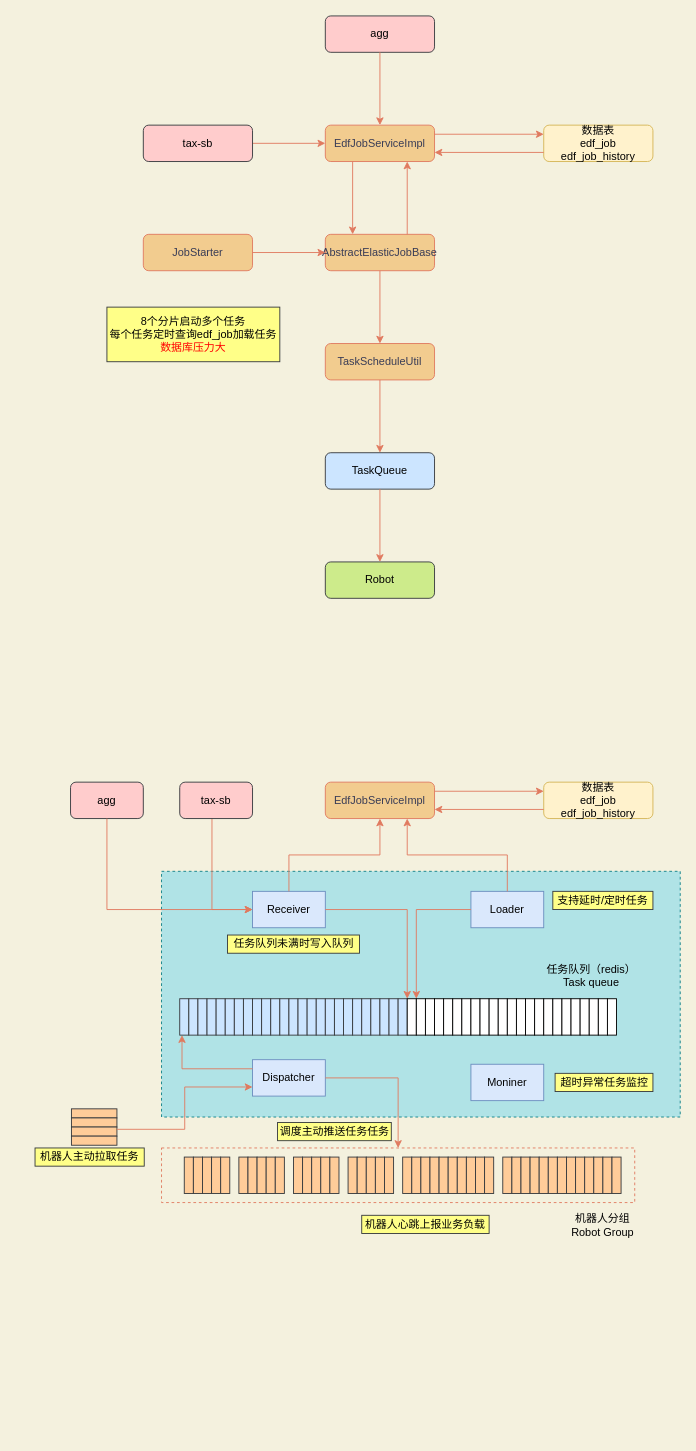
The draw.io diagram 机器人异步任务.drawio in xingzhihe/hello-world, before the edit. Source tidied: cells renumbered, new cells numbered last; positions are measured from the earlier drawing's top-left corner, leaving out a move shared by most shapes. Both pictures are drawn from the tidied source at 91%, with x=0, y=0 at pixel (35, 15).
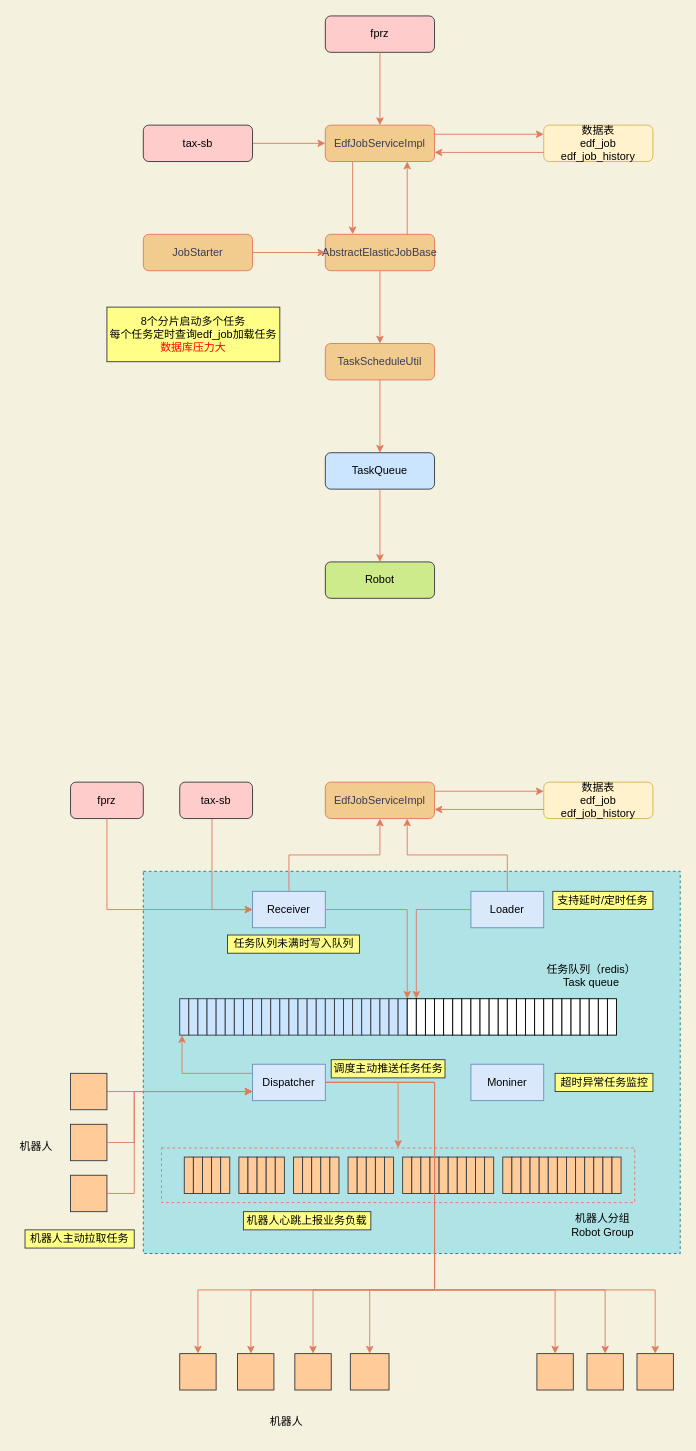
Above is the later version.

Commit message:
更新机器人异步任务.drawio

The edit, as a diff of the source:
```diff
@@
     <mxCell id="2" style="rounded=0;whiteSpace=wrap;html=1;sketch=0;dashed=1;fillColor=#b0e3e6;strokeColor=#0e8088;" parent="1" vertex="1">
-      <mxGeometry x="139" y="940" width="570" height="270" as="geometry" />
+      <mxGeometry x="119" y="940" width="590" height="420" as="geometry" />
     </mxCell>
@@
-    <mxCell id="20" value="agg" style="rounded=1;whiteSpace=wrap;html=1;fontSize=12;glass=0;strokeWidth=1;shadow=0;fillColor=#ffcccc;strokeColor=#36393d;" parent="1" vertex="1">
+    <mxCell id="20" value="fprz" style="rounded=1;whiteSpace=wrap;html=1;fontSize=12;glass=0;strokeWidth=1;shadow=0;fillColor=#ffcccc;strokeColor=#36393d;" parent="1" vertex="1">
       <mxGeometry x="319" width="120" height="40" as="geometry" />
     </mxCell>
@@
-    <mxCell id="29" value="agg" style="rounded=1;whiteSpace=wrap;html=1;fontSize=12;glass=0;strokeWidth=1;shadow=0;fillColor=#ffcccc;strokeColor=#36393d;" parent="1" vertex="1">
+    <mxCell id="29" value="fprz" style="rounded=1;whiteSpace=wrap;html=1;fontSize=12;glass=0;strokeWidth=1;shadow=0;fillColor=#ffcccc;strokeColor=#36393d;" parent="1" vertex="1">
       <mxGeometry x="39" y="842" width="80" height="40" as="geometry" />
     </mxCell>
@@
     <mxCell id="81" value="Dispatcher" style="rounded=0;whiteSpace=wrap;html=1;sketch=0;strokeColor=#6c8ebf;fillColor=#dae8fc;" parent="1" vertex="1">
-      <mxGeometry x="239" y="1147" width="80" height="40" as="geometry" />
+      <mxGeometry x="239" y="1152" width="80" height="40" as="geometry" />
     </mxCell>
@@
-    <mxCell id="135" style="rounded=0;whiteSpace=wrap;html=1;sketch=0;fillColor=#ffcc99;strokeColor=#36393d;" parent="1" vertex="1">
-      <mxGeometry x="40" y="1201" width="50" height="10" as="geometry" />
-    </mxCell>
-    <mxCell id="136" style="rounded=0;whiteSpace=wrap;html=1;sketch=0;fillColor=#ffcc99;strokeColor=#36393d;" parent="1" vertex="1">
-      <mxGeometry x="40" y="1211" width="50" height="10" as="geometry" />
-    </mxCell>
-    <mxCell id="137" style="rounded=0;whiteSpace=wrap;html=1;sketch=0;fillColor=#ffcc99;strokeColor=#36393d;" parent="1" vertex="1">
-      <mxGeometry x="40" y="1221" width="50" height="10" as="geometry" />
-    </mxCell>
-    <mxCell id="138" style="rounded=0;whiteSpace=wrap;html=1;sketch=0;fillColor=#ffcc99;strokeColor=#36393d;" parent="1" vertex="1">
-      <mxGeometry x="40" y="1231" width="50" height="10" as="geometry" />
-    </mxCell>
-    <mxCell id="139" style="edgeStyle=orthogonalEdgeStyle;rounded=0;jettySize=auto;html=1;entryX=0;entryY=0.75;entryDx=0;entryDy=0;labelBackgroundColor=#F4F1DE;strokeColor=#E07A5F;fontColor=#393C56;exitX=1;exitY=0.25;exitDx=0;exitDy=0;" parent="1" edge="1" source="137" target="81">
+    <mxCell id="139" style="edgeStyle=orthogonalEdgeStyle;rounded=0;jettySize=auto;html=1;entryX=0;entryY=0.75;entryDx=0;entryDy=0;labelBackgroundColor=#F4F1DE;strokeColor=#E07A5F;fontColor=#393C56;exitX=1;exitY=0.5;exitDx=0;exitDy=0;" parent="1" edge="1" source="154" target="81">
       <mxGeometry relative="1" as="geometry" />
     </mxCell>
@@
     <mxCell id="142" value="&lt;font color=&quot;#000000&quot;&gt;机器人主动拉取任务&lt;/font&gt;" style="rounded=0;whiteSpace=wrap;html=1;sketch=0;strokeColor=#36393d;fillColor=#ffff88;fontColor=#FF0000;" parent="1" vertex="1">
-      <mxGeometry y="1244" width="120" height="20" as="geometry" />
+      <mxGeometry x="-11" y="1334" width="120" height="20" as="geometry" />
     </mxCell>
     <mxCell id="143" value="&lt;font color=&quot;#000000&quot;&gt;调度主动推送任务任务&lt;/font&gt;" style="rounded=0;whiteSpace=wrap;html=1;sketch=0;strokeColor=#36393d;fillColor=#ffff88;fontColor=#FF0000;" parent="1" vertex="1">
-      <mxGeometry x="266.5" y="1216" width="125" height="20" as="geometry" />
+      <mxGeometry x="325.5" y="1147" width="125" height="20" as="geometry" />
     </mxCell>
@@
     <mxCell id="145" value="&lt;font color=&quot;#000000&quot;&gt;机器人心跳上报业务负载&lt;/font&gt;" style="rounded=0;whiteSpace=wrap;html=1;sketch=0;strokeColor=#36393d;fillColor=#ffff88;fontColor=#FF0000;" parent="1" vertex="1">
-      <mxGeometry x="359" y="1318" width="140" height="20" as="geometry" />
+      <mxGeometry x="229" y="1314" width="140" height="20" as="geometry" />
     </mxCell>
+    <mxCell id="146" style="rounded=0;whiteSpace=wrap;html=1;sketch=0;fillColor=#ffcc99;strokeColor=#36393d;" parent="1" vertex="1">
+      <mxGeometry x="159" y="1470" width="40" height="40" as="geometry" />
+    </mxCell>
+    <mxCell id="147" style="rounded=0;whiteSpace=wrap;html=1;sketch=0;fillColor=#ffcc99;strokeColor=#36393d;" parent="1" vertex="1">
+      <mxGeometry x="222.5" y="1470" width="40" height="40" as="geometry" />
+    </mxCell>
+    <mxCell id="148" style="rounded=0;whiteSpace=wrap;html=1;sketch=0;fillColor=#ffcc99;strokeColor=#36393d;" parent="1" vertex="1">
+      <mxGeometry x="285.5" y="1470" width="40" height="40" as="geometry" />
+    </mxCell>
+    <mxCell id="149" style="rounded=0;whiteSpace=wrap;html=1;sketch=0;fillColor=#ffcc99;strokeColor=#36393d;" parent="1" vertex="1">
+      <mxGeometry x="346.5" y="1470" width="42.5" height="40" as="geometry" />
+    </mxCell>
+    <mxCell id="150" style="rounded=0;whiteSpace=wrap;html=1;sketch=0;fillColor=#ffcc99;strokeColor=#36393d;" parent="1" vertex="1">
+      <mxGeometry x="551.5" y="1470" width="40" height="40" as="geometry" />
+    </mxCell>
+    <mxCell id="151" style="rounded=0;whiteSpace=wrap;html=1;sketch=0;fillColor=#ffcc99;strokeColor=#36393d;" parent="1" vertex="1">
+      <mxGeometry x="606.5" y="1470" width="40" height="40" as="geometry" />
+    </mxCell>
+    <mxCell id="152" style="rounded=0;whiteSpace=wrap;html=1;sketch=0;fillColor=#ffcc99;strokeColor=#36393d;" parent="1" vertex="1">
+      <mxGeometry x="39" y="1274" width="40" height="40" as="geometry" />
+    </mxCell>
+    <mxCell id="153" style="rounded=0;whiteSpace=wrap;html=1;sketch=0;fillColor=#ffcc99;strokeColor=#36393d;" parent="1" vertex="1">
+      <mxGeometry x="39" y="1218" width="40" height="40" as="geometry" />
+    </mxCell>
+    <mxCell id="154" style="rounded=0;whiteSpace=wrap;html=1;sketch=0;fillColor=#ffcc99;strokeColor=#36393d;" parent="1" vertex="1">
+      <mxGeometry x="39" y="1162" width="40" height="40" as="geometry" />
+    </mxCell>
+    <mxCell id="155" style="rounded=0;whiteSpace=wrap;html=1;sketch=0;fillColor=#ffcc99;strokeColor=#36393d;" parent="1" vertex="1">
+      <mxGeometry x="661.5" y="1470" width="40" height="40" as="geometry" />
+    </mxCell>
+    <mxCell id="156" style="edgeStyle=orthogonalEdgeStyle;rounded=0;jettySize=auto;html=1;entryX=0;entryY=0.75;entryDx=0;entryDy=0;labelBackgroundColor=#F4F1DE;strokeColor=#E07A5F;fontColor=#393C56;exitX=1;exitY=0.5;exitDx=0;exitDy=0;" parent="1" edge="1" source="153" target="81">
+      <mxGeometry relative="1" as="geometry">
+        <Array as="points">
+          <mxPoint x="109" y="1238" />
+          <mxPoint x="109" y="1182" />
+        </Array>
+      </mxGeometry>
+    </mxCell>
+    <mxCell id="157" style="edgeStyle=orthogonalEdgeStyle;rounded=0;jettySize=auto;html=1;labelBackgroundColor=#F4F1DE;strokeColor=#E07A5F;fontColor=#393C56;exitX=1;exitY=0.5;exitDx=0;exitDy=0;entryX=0;entryY=0.75;entryDx=0;entryDy=0;" parent="1" edge="1" source="152" target="81">
+      <mxGeometry relative="1" as="geometry">
+        <Array as="points">
+          <mxPoint x="109" y="1294" />
+          <mxPoint x="109" y="1182" />
+        </Array>
+      </mxGeometry>
+    </mxCell>
+    <mxCell id="158" style="edgeStyle=orthogonalEdgeStyle;rounded=0;jettySize=auto;html=1;labelBackgroundColor=#F4F1DE;strokeColor=#E07A5F;fontColor=#393C56;exitX=1;exitY=0.5;exitDx=0;exitDy=0;entryX=0.5;entryY=0;entryDx=0;entryDy=0;" parent="1" edge="1" source="81" target="146">
+      <mxGeometry relative="1" as="geometry">
+        <Array as="points">
+          <mxPoint x="439" y="1172" />
+          <mxPoint x="439" y="1400" />
+          <mxPoint x="179" y="1400" />
+        </Array>
+      </mxGeometry>
+    </mxCell>
+    <mxCell id="159" style="edgeStyle=orthogonalEdgeStyle;rounded=0;jettySize=auto;html=1;labelBackgroundColor=#F4F1DE;strokeColor=#E07A5F;fontColor=#393C56;exitX=1;exitY=0.5;exitDx=0;exitDy=0;entryX=0.5;entryY=0;entryDx=0;entryDy=0;" parent="1" edge="1" source="81" target="155">
+      <mxGeometry relative="1" as="geometry">
+        <Array as="points">
+          <mxPoint x="439" y="1172" />
+          <mxPoint x="439" y="1400" />
+          <mxPoint x="682" y="1400" />
+        </Array>
+      </mxGeometry>
+    </mxCell>
+    <mxCell id="160" style="edgeStyle=orthogonalEdgeStyle;rounded=0;jettySize=auto;html=1;labelBackgroundColor=#F4F1DE;strokeColor=#E07A5F;fontColor=#393C56;exitX=1;exitY=0.5;exitDx=0;exitDy=0;entryX=0.5;entryY=0;entryDx=0;entryDy=0;" parent="1" edge="1" source="81" target="151">
+      <mxGeometry relative="1" as="geometry">
+        <Array as="points">
+          <mxPoint x="439" y="1172" />
+          <mxPoint x="439" y="1400" />
+          <mxPoint x="627" y="1400" />
+        </Array>
+      </mxGeometry>
+    </mxCell>
+    <mxCell id="161" style="edgeStyle=orthogonalEdgeStyle;rounded=0;jettySize=auto;html=1;labelBackgroundColor=#F4F1DE;strokeColor=#E07A5F;fontColor=#393C56;entryX=0.5;entryY=0;entryDx=0;entryDy=0;exitX=1;exitY=0.5;exitDx=0;exitDy=0;" parent="1" edge="1" source="81" target="150">
+      <mxGeometry relative="1" as="geometry">
+        <Array as="points">
+          <mxPoint x="439" y="1172" />
+          <mxPoint x="439" y="1400" />
+          <mxPoint x="572" y="1400" />
+        </Array>
+      </mxGeometry>
+    </mxCell>
+    <mxCell id="162" style="edgeStyle=orthogonalEdgeStyle;rounded=0;jettySize=auto;html=1;labelBackgroundColor=#F4F1DE;strokeColor=#E07A5F;fontColor=#393C56;entryX=0.5;entryY=0;entryDx=0;entryDy=0;exitX=1;exitY=0.5;exitDx=0;exitDy=0;" parent="1" edge="1" source="81" target="149">
+      <mxGeometry relative="1" as="geometry">
+        <Array as="points">
+          <mxPoint x="439" y="1172" />
+          <mxPoint x="439" y="1400" />
+          <mxPoint x="368" y="1400" />
+        </Array>
+      </mxGeometry>
+    </mxCell>
+    <mxCell id="163" style="edgeStyle=orthogonalEdgeStyle;rounded=0;jettySize=auto;html=1;labelBackgroundColor=#F4F1DE;strokeColor=#E07A5F;fontColor=#393C56;entryX=0.5;entryY=0;entryDx=0;entryDy=0;exitX=1;exitY=0.5;exitDx=0;exitDy=0;" parent="1" edge="1" source="81" target="148">
+      <mxGeometry relative="1" as="geometry">
+        <Array as="points">
+          <mxPoint x="439" y="1172" />
+          <mxPoint x="439" y="1400" />
+          <mxPoint x="306" y="1400" />
+        </Array>
+      </mxGeometry>
+    </mxCell>
+    <mxCell id="164" style="edgeStyle=orthogonalEdgeStyle;rounded=0;jettySize=auto;html=1;labelBackgroundColor=#F4F1DE;strokeColor=#E07A5F;fontColor=#393C56;entryX=0.5;entryY=0;entryDx=0;entryDy=0;" parent="1" edge="1" source="81">
+      <mxGeometry relative="1" as="geometry">
+        <mxPoint x="237.2" y="1470" as="targetPoint" />
+        <Array as="points">
+          <mxPoint x="439" y="1172" />
+          <mxPoint x="439" y="1400" />
+          <mxPoint x="237" y="1400" />
+        </Array>
+      </mxGeometry>
+    </mxCell>
+    <mxCell id="165" value="机器人" style="text;html=1;strokeColor=none;fillColor=none;align=center;verticalAlign=middle;whiteSpace=wrap;rounded=0;sketch=0;fontColor=#000000;" parent="1" vertex="1">
+      <mxGeometry x="254" y="1530" width="45" height="30" as="geometry" />
+    </mxCell>
+    <mxCell id="166" value="机器人" style="text;html=1;strokeColor=none;fillColor=none;align=center;verticalAlign=middle;whiteSpace=wrap;rounded=0;sketch=0;fontColor=#000000;" parent="1" vertex="1">
+      <mxGeometry x="-21" y="1228" width="45" height="30" as="geometry" />
+    </mxCell>
```
